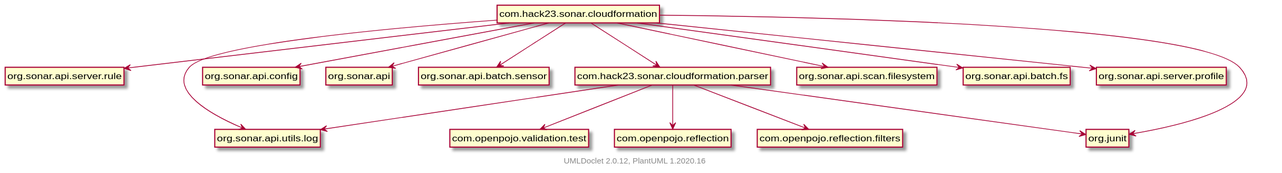
The PlantUML diagram testapidocs/package-dependencies.svg in Hack23/sonar-cloudformation-plugin, before a commit.
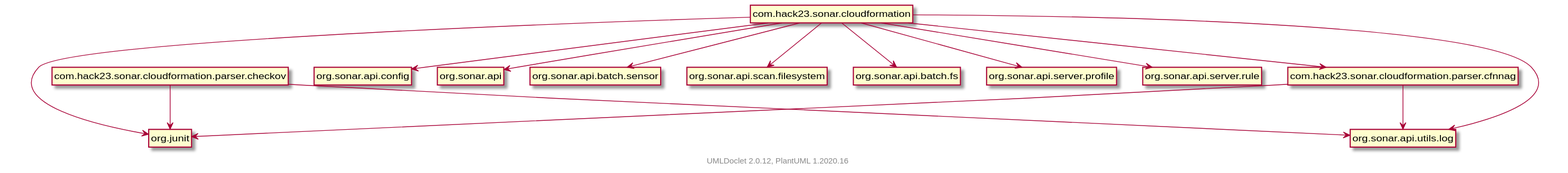
After the commit.

Change to the diagram source:
```diff
@@ -9,20 +9,21 @@
     com.hack23.sonar.cloudformation --> org.sonar.api.config
     com.hack23.sonar.cloudformation --> org.sonar.api
     com.hack23.sonar.cloudformation --> org.sonar.api.batch.sensor
-    com.hack23.sonar.cloudformation --> com.hack23.sonar.cloudformation.parser
+    com.hack23.sonar.cloudformation --> com.hack23.sonar.cloudformation.parser.cfnnag
     com.hack23.sonar.cloudformation --> org.sonar.api.scan.filesystem
     com.hack23.sonar.cloudformation --> org.sonar.api.batch.fs
     com.hack23.sonar.cloudformation --> org.sonar.api.server.profile
     com.hack23.sonar.cloudformation --> org.junit
-    com.hack23.sonar.cloudformation.parser --> org.sonar.api.utils.log
-    com.hack23.sonar.cloudformation.parser --> org.junit
-    com.hack23.sonar.cloudformation.parser --> com.openpojo.validation.test
-    com.hack23.sonar.cloudformation.parser --> com.openpojo.reflection
-    com.hack23.sonar.cloudformation.parser --> com.openpojo.reflection.filters
+    com.hack23.sonar.cloudformation.parser.checkov --> org.sonar.api.utils.log
+    com.hack23.sonar.cloudformation.parser.checkov --> org.junit
+    com.hack23.sonar.cloudformation.parser.cfnnag --> org.sonar.api.utils.log
+    com.hack23.sonar.cloudformation.parser.cfnnag --> org.junit
 
     class "com.hack23.sonar.cloudformation" [[com/hack23/sonar/cloudformation/package-summary.html]] {
     }
-    class "com.hack23.sonar.cloudformation.parser" [[com/hack23/sonar/cloudformation/parser/package-summary.html]] {
+    class "com.hack23.sonar.cloudformation.parser.cfnnag" [[com/hack23/sonar/cloudformation/parser/cfnnag/package-summary.html]] {
+    }
+    class "com.hack23.sonar.cloudformation.parser.checkov" [[com/hack23/sonar/cloudformation/parser/checkov/package-summary.html]] {
     }
 
     center footer UMLDoclet 2.0.12, PlantUML 1.2020.16
```
